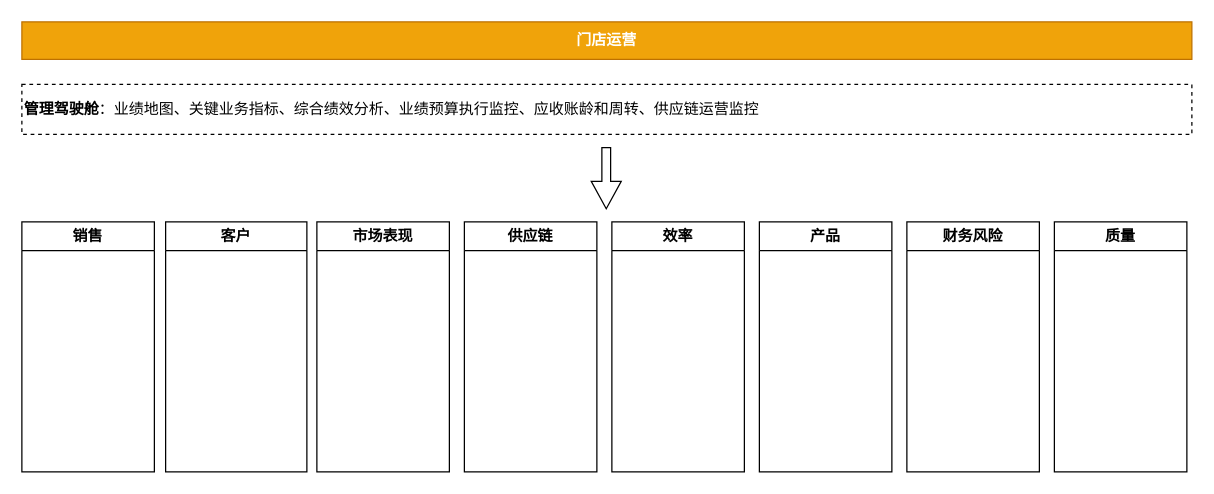
The draw.io diagram zym-门店运用.drawio in ztacode/drawio, before the edit. Source tidied: cells renumbered, new cells numbered last; positions are measured from the earlier drawing's top-left corner, leaving out a move shared by most shapes. Both pictures are drawn from the tidied source at 125%, with x=0, y=0 at pixel (21, 21).
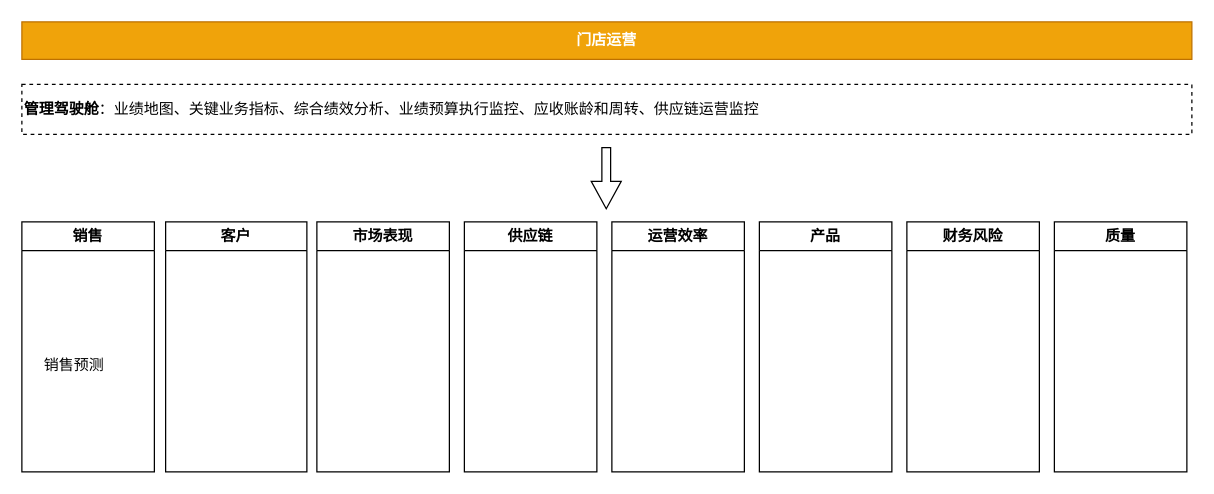
Above is the later version.

Commit message:
更新zym-门店运营.drawio

Diff of the diagram source:
```diff
@@
 <mxGraphModel>
   <root>
     <mxCell id="0" />
     <mxCell id="1" parent="0" />
     <mxCell id="2" value="门店运营" style="rounded=0;whiteSpace=wrap;html=1;labelBackgroundColor=none;fillColor=#f0a30a;strokeColor=#BD7000;fontColor=#FFFFFF;fontStyle=1;" parent="1" vertex="1">
       <mxGeometry width="936" height="30" as="geometry" />
     </mxCell>
     <mxCell id="3" value="销售" style="swimlane;whiteSpace=wrap;html=1;startSize=23;" parent="1" vertex="1">
       <mxGeometry y="160" width="106" height="200" as="geometry" />
     </mxCell>
+    <mxCell id="13" value="销售预测" style="text;html=1;align=left;verticalAlign=middle;whiteSpace=wrap;rounded=0;" parent="3" vertex="1">
+      <mxGeometry x="16" y="40" width="67" height="150" as="geometry" />
+    </mxCell>
     <mxCell id="4" value="客户" style="swimlane;whiteSpace=wrap;html=1;" parent="1" vertex="1">
       <mxGeometry x="115" y="160" width="113" height="200" as="geometry" />
     </mxCell>
     <mxCell id="5" value="市场表现" style="swimlane;whiteSpace=wrap;html=1;" parent="1" vertex="1">
       <mxGeometry x="236" y="160" width="106" height="200" as="geometry" />
     </mxCell>
     <mxCell id="6" value="供应链" style="swimlane;whiteSpace=wrap;html=1;startSize=23;" parent="1" vertex="1">
       <mxGeometry x="354" y="160" width="106" height="200" as="geometry" />
     </mxCell>
-    <mxCell id="7" value="效率" style="swimlane;whiteSpace=wrap;html=1;startSize=23;" parent="1" vertex="1">
+    <mxCell id="7" value="运营效率" style="swimlane;whiteSpace=wrap;html=1;startSize=23;" parent="1" vertex="1">
       <mxGeometry x="472" y="160" width="106" height="200" as="geometry" />
     </mxCell>
     <mxCell id="8" value="产品" style="swimlane;whiteSpace=wrap;html=1;startSize=23;" parent="1" vertex="1">
       <mxGeometry x="590" y="160" width="106" height="200" as="geometry" />
     </mxCell>
     <mxCell id="9" value="财务风险" style="swimlane;whiteSpace=wrap;html=1;startSize=23;" parent="1" vertex="1">
       <mxGeometry x="708" y="160" width="106" height="200" as="geometry" />
     </mxCell>
     <mxCell id="10" value="质量" style="swimlane;whiteSpace=wrap;html=1;startSize=23;" parent="1" vertex="1">
       <mxGeometry x="826" y="160" width="106" height="200" as="geometry" />
     </mxCell>
     <mxCell id="11" style="shape=flexArrow;endArrow=classic;html=1;rounded=0;entryX=1;entryY=0;entryDx=0;entryDy=0;width=7;endSize=7;endWidth=16;" parent="1" edge="1">
       <mxGeometry relative="1" as="geometry">
         <mxPoint x="467.5" y="100" as="sourcePoint" />
         <mxPoint x="467.5" y="150" as="targetPoint" />
       </mxGeometry>
     </mxCell>
     <mxCell id="12" value="&lt;b&gt;管理驾驶舱&lt;/b&gt;：业绩地图、关键业务指标、综合绩效分析、业绩预算执行监控、应收账龄和周转、供应链运营监控" style="rounded=0;whiteSpace=wrap;html=1;dashed=1;align=left;" parent="1" vertex="1">
       <mxGeometry y="50" width="936" height="40" as="geometry" />
     </mxCell>
   </root>
 </mxGraphModel>
```
